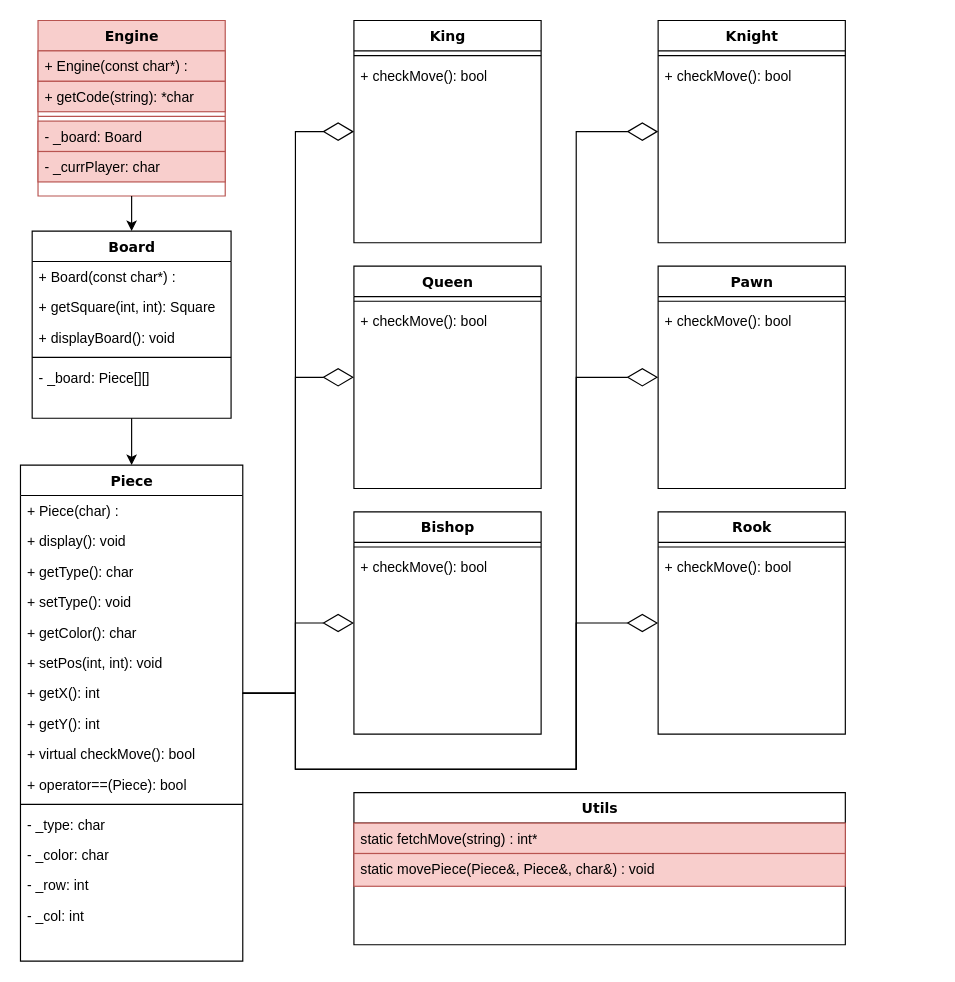
The draw.io diagram updatedUML/chessUML.drawio in dand2008/chess_project-Liel-Dvir, before the edit. Source tidied: cells renumbered, new cells numbered last; positions are measured from the earlier drawing's top-left corner, leaving out a move shared by most shapes. Both pictures are drawn from the tidied source at 117%, with x=0, y=0 at pixel (20, 20).
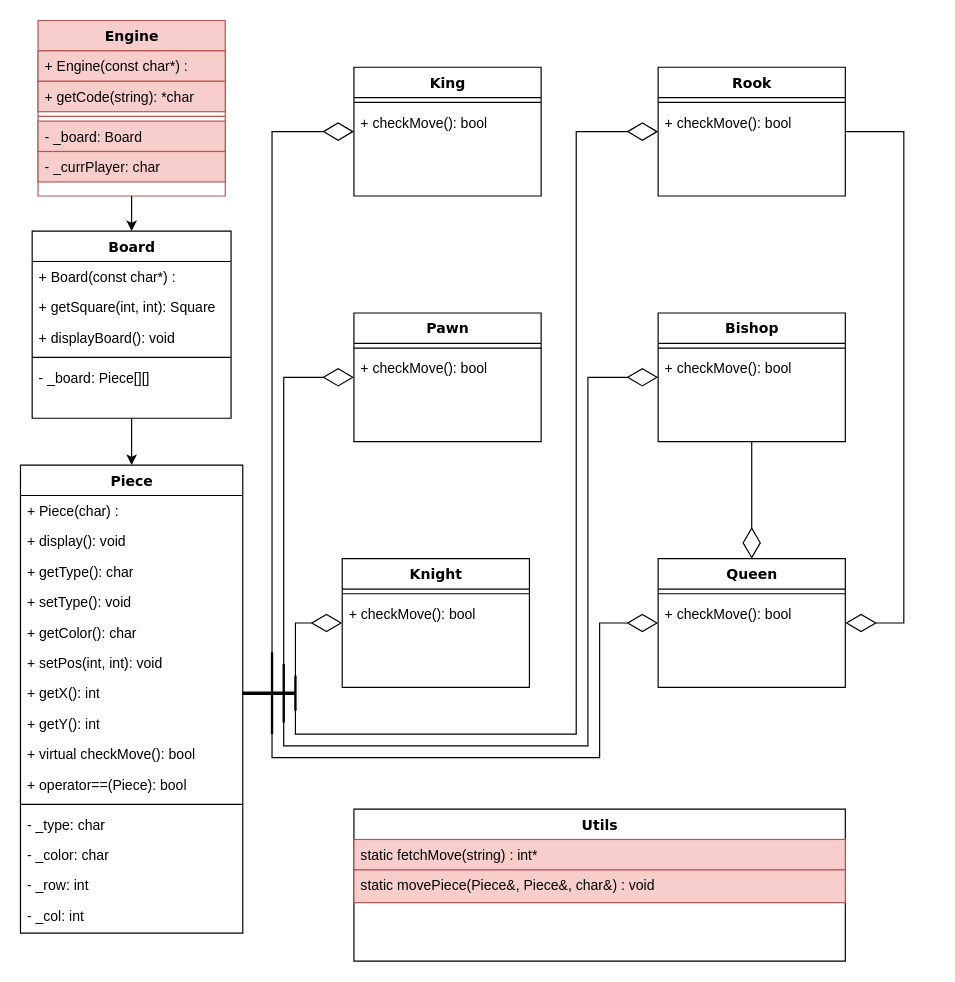
Above is the later version.

The change refers to these unchanged cells:
```xml
<mxCell id="21" value="+ getX(): int" style="text;html=1;strokeColor=none;fillColor=none;align=left;verticalAlign=top;spacingLeft=4;spacingRight=4;whiteSpace=wrap;overflow=hidden;points=[[0,0.5],[1,0.5]];portConstraint=eastwest;" parent="14" vertex="1">
  <mxGeometry y="182" width="190" height="26" as="geometry" />
</mxCell>
```

What changed in the source:
```diff
@@
     <mxCell id="14" value="Piece" style="swimlane;html=1;fontStyle=1;align=center;verticalAlign=top;horizontal=1;startSize=26;swimlaneFillColor=#ffffff;rounded=0;shadow=0;comic=0;labelBackgroundColor=none;strokeWidth=1;fillColor=none;fontFamily=Verdana;fontSize=12;" parent="1" vertex="1">
-      <mxGeometry y="380" width="190" height="424" as="geometry" />
+      <mxGeometry y="380" width="190" height="400" as="geometry" />
     </mxCell>
@@
+    <mxCell id="59" style="endArrow=none;html=1;rounded=0;strokeWidth=2;" parent="14" edge="1">
+      <mxGeometry relative="1" as="geometry">
+        <mxPoint x="225" y="220" as="sourcePoint" />
+        <mxPoint x="225" y="170" as="targetPoint" />
+      </mxGeometry>
+    </mxCell>
@@
     <mxCell id="30" value="Rook" style="swimlane;html=1;fontStyle=1;align=center;verticalAlign=top;horizontal=1;startSize=26;swimlaneFillColor=#ffffff;rounded=0;shadow=0;comic=0;labelBackgroundColor=none;strokeWidth=1;fillColor=none;fontFamily=Verdana;fontSize=12;" parent="1" vertex="1">
-      <mxGeometry x="545" y="420" width="160" height="190" as="geometry" />
+      <mxGeometry x="545" y="40" width="160" height="110" as="geometry" />
     </mxCell>
@@
     <mxCell id="35" value="Bishop" style="swimlane;html=1;fontStyle=1;align=center;verticalAlign=top;horizontal=1;startSize=26;swimlaneFillColor=#ffffff;rounded=0;shadow=0;comic=0;labelBackgroundColor=none;strokeWidth=1;fillColor=none;fontFamily=Verdana;fontSize=12;" parent="1" vertex="1">
-      <mxGeometry x="285" y="420" width="160" height="190" as="geometry" />
+      <mxGeometry x="545" y="250" width="160" height="110" as="geometry" />
     </mxCell>
@@
     <mxCell id="38" value="Pawn" style="swimlane;html=1;fontStyle=1;align=center;verticalAlign=top;horizontal=1;startSize=26;swimlaneFillColor=#ffffff;rounded=0;shadow=0;comic=0;labelBackgroundColor=none;strokeWidth=1;fillColor=none;fontFamily=Verdana;fontSize=12;" parent="1" vertex="1">
-      <mxGeometry x="545" y="210" width="160" height="190" as="geometry" />
+      <mxGeometry x="285" y="250" width="160" height="110" as="geometry" />
     </mxCell>
@@
     <mxCell id="41" value="Knight" style="swimlane;html=1;fontStyle=1;align=center;verticalAlign=top;horizontal=1;startSize=26;swimlaneFillColor=#ffffff;rounded=0;shadow=0;comic=0;labelBackgroundColor=none;strokeWidth=1;fillColor=none;fontFamily=Verdana;fontSize=12;" parent="1" vertex="1">
-      <mxGeometry x="545" width="160" height="190" as="geometry" />
+      <mxGeometry x="275" y="460" width="160" height="110" as="geometry" />
     </mxCell>
@@
     <mxCell id="44" value="Queen" style="swimlane;html=1;fontStyle=1;align=center;verticalAlign=top;horizontal=1;startSize=26;swimlaneFillColor=#ffffff;rounded=0;shadow=0;comic=0;labelBackgroundColor=none;strokeWidth=1;fillColor=none;fontFamily=Verdana;fontSize=12;" parent="1" vertex="1">
-      <mxGeometry x="285" y="210" width="160" height="190" as="geometry" />
+      <mxGeometry x="545" y="460" width="160" height="110" as="geometry" />
     </mxCell>
@@
     <mxCell id="47" value="King" style="swimlane;html=1;fontStyle=1;align=center;verticalAlign=top;horizontal=1;startSize=26;swimlaneFillColor=#ffffff;rounded=0;shadow=0;comic=0;labelBackgroundColor=none;strokeWidth=1;fillColor=none;fontFamily=Verdana;fontSize=12;" parent="1" vertex="1">
-      <mxGeometry x="285" width="160" height="190" as="geometry" />
+      <mxGeometry x="285" y="40" width="160" height="110" as="geometry" />
     </mxCell>
@@
     <mxCell id="50" style="endArrow=diamondThin;endFill=0;endSize=24;html=1;rounded=0;entryX=0;entryY=0.5;entryDx=0;entryDy=0;exitX=1;exitY=0.5;exitDx=0;exitDy=0;" parent="1" edge="1" source="21" target="47">
       <mxGeometry relative="1" as="geometry">
         <Array as="points">
-          <mxPoint x="235" y="575" />
-          <mxPoint x="235" y="95" />
+          <mxPoint x="215" y="575" />
+          <mxPoint x="215" y="95" />
         </Array>
       </mxGeometry>
     </mxCell>
-    <mxCell id="51" style="endArrow=diamondThin;endFill=0;endSize=24;html=1;rounded=0;exitX=1;exitY=0.5;exitDx=0;exitDy=0;entryX=0;entryY=0.5;entryDx=0;entryDy=0;" parent="1" edge="1" source="21" target="44">
+    <mxCell id="51" style="endArrow=diamondThin;endFill=0;endSize=24;html=1;rounded=0;exitX=1;exitY=0.5;exitDx=0;exitDy=0;entryX=0;entryY=0.5;entryDx=0;entryDy=0;" parent="1" edge="1" source="21" target="38">
       <mxGeometry relative="1" as="geometry">
         <Array as="points">
-          <mxPoint x="235" y="575" />
-          <mxPoint x="235" y="305" />
+          <mxPoint x="225" y="575" />
+          <mxPoint x="225" y="305" />
         </Array>
       </mxGeometry>
     </mxCell>
-    <mxCell id="52" style="endArrow=diamondThin;endFill=0;endSize=24;html=1;rounded=0;exitX=1;exitY=0.5;exitDx=0;exitDy=0;entryX=0;entryY=0.5;entryDx=0;entryDy=0;" parent="1" edge="1" source="21" target="35">
+    <mxCell id="52" style="endArrow=diamondThin;endFill=0;endSize=24;html=1;rounded=0;exitX=1;exitY=0.5;exitDx=0;exitDy=0;entryX=0;entryY=0.5;entryDx=0;entryDy=0;" parent="1" edge="1" source="21" target="41">
       <mxGeometry relative="1" as="geometry">
         <Array as="points">
           <mxPoint x="235" y="575" />
           <mxPoint x="235" y="515" />
         </Array>
       </mxGeometry>
     </mxCell>
-    <mxCell id="53" style="endArrow=diamondThin;endFill=0;endSize=24;html=1;rounded=0;exitX=1;exitY=0.5;exitDx=0;exitDy=0;entryX=0;entryY=0.5;entryDx=0;entryDy=0;" parent="1" edge="1" source="21" target="41">
+    <mxCell id="53" style="endArrow=diamondThin;endFill=0;endSize=24;html=1;rounded=0;exitX=1;exitY=0.5;exitDx=0;exitDy=0;entryX=0;entryY=0.5;entryDx=0;entryDy=0;" parent="1" edge="1" source="21" target="30">
       <mxGeometry relative="1" as="geometry">
         <Array as="points">
           <mxPoint x="235" y="575" />
-          <mxPoint x="235" y="640" />
-          <mxPoint x="475" y="640" />
+          <mxPoint x="235" y="610" />
+          <mxPoint x="475" y="610" />
           <mxPoint x="475" y="95" />
         </Array>
       </mxGeometry>
     </mxCell>
     <mxCell id="54" value="Utils" style="swimlane;html=1;fontStyle=1;align=center;verticalAlign=top;horizontal=1;startSize=26;swimlaneFillColor=#ffffff;rounded=0;shadow=0;comic=0;labelBackgroundColor=none;strokeWidth=1;fontFamily=Verdana;fontSize=12;" parent="1" vertex="1">
-      <mxGeometry x="285" y="660" width="420" height="130" as="geometry" />
+      <mxGeometry x="285" y="674" width="420" height="130" as="geometry" />
     </mxCell>
@@
-    <mxCell id="57" style="endArrow=diamondThin;endFill=0;endSize=24;html=1;rounded=0;exitX=1;exitY=0.5;exitDx=0;exitDy=0;entryX=0;entryY=0.5;entryDx=0;entryDy=0;" parent="1" edge="1" source="21" target="38">
+    <mxCell id="57" style="endArrow=diamondThin;endFill=0;endSize=24;html=1;rounded=0;exitX=1;exitY=0.5;exitDx=0;exitDy=0;entryX=0;entryY=0.5;entryDx=0;entryDy=0;" parent="1" edge="1" source="21" target="35">
       <mxGeometry relative="1" as="geometry">
         <Array as="points">
-          <mxPoint x="235" y="575" />
-          <mxPoint x="235" y="640" />
-          <mxPoint x="475" y="640" />
-          <mxPoint x="475" y="305" />
+          <mxPoint x="225" y="575" />
+          <mxPoint x="225" y="620" />
+          <mxPoint x="485" y="620" />
+          <mxPoint x="485" y="305" />
         </Array>
       </mxGeometry>
     </mxCell>
-    <mxCell id="58" style="endArrow=diamondThin;endFill=0;endSize=24;html=1;rounded=0;exitX=1;exitY=0.5;exitDx=0;exitDy=0;entryX=0;entryY=0.5;entryDx=0;entryDy=0;" parent="1" edge="1" source="21" target="30">
+    <mxCell id="58" style="endArrow=diamondThin;endFill=0;endSize=24;html=1;rounded=0;exitX=1;exitY=0.5;exitDx=0;exitDy=0;entryX=0;entryY=0.5;entryDx=0;entryDy=0;" parent="1" edge="1" source="21" target="44">
       <mxGeometry relative="1" as="geometry">
         <Array as="points">
-          <mxPoint x="235" y="575" />
-          <mxPoint x="235" y="640" />
-          <mxPoint x="475" y="640" />
-          <mxPoint x="475" y="515" />
+          <mxPoint x="215" y="575" />
+          <mxPoint x="215" y="630" />
+          <mxPoint x="495" y="630" />
+          <mxPoint x="495" y="515" />
         </Array>
       </mxGeometry>
     </mxCell>
+    <mxCell id="60" style="endArrow=diamondThin;endFill=0;endSize=24;html=1;rounded=0;exitX=1;exitY=0.5;exitDx=0;exitDy=0;entryX=1;entryY=0.5;entryDx=0;entryDy=0;" parent="1" edge="1" source="30" target="44">
+      <mxGeometry relative="1" as="geometry">
+        <Array as="points">
+          <mxPoint x="755" y="95" />
+          <mxPoint x="755" y="515" />
+        </Array>
+      </mxGeometry>
+    </mxCell>
+    <mxCell id="61" style="endArrow=diamondThin;endFill=0;endSize=24;html=1;rounded=0;exitX=0.5;exitY=1;exitDx=0;exitDy=0;entryX=0.5;entryY=0;entryDx=0;entryDy=0;" parent="1" edge="1" source="35" target="44">
+      <mxGeometry relative="1" as="geometry" />
+    </mxCell>
+    <mxCell id="62" style="endArrow=none;html=1;rounded=0;strokeWidth=3;exitX=1;exitY=0.5;exitDx=0;exitDy=0;" parent="1" edge="1" source="21">
+      <mxGeometry relative="1" as="geometry">
+        <mxPoint x="235" y="575" as="targetPoint" />
+      </mxGeometry>
+    </mxCell>
+    <mxCell id="63" style="endArrow=none;html=1;rounded=0;strokeWidth=2;" parent="1" edge="1">
+      <mxGeometry relative="1" as="geometry">
+        <mxPoint x="235" y="590" as="sourcePoint" />
+        <mxPoint x="235" y="560" as="targetPoint" />
+      </mxGeometry>
+    </mxCell>
+    <mxCell id="64" style="endArrow=none;html=1;rounded=0;strokeWidth=2;" parent="1" edge="1">
+      <mxGeometry relative="1" as="geometry">
+        <mxPoint x="215" y="610" as="sourcePoint" />
+        <mxPoint x="215" y="540" as="targetPoint" />
+      </mxGeometry>
+    </mxCell>
```
